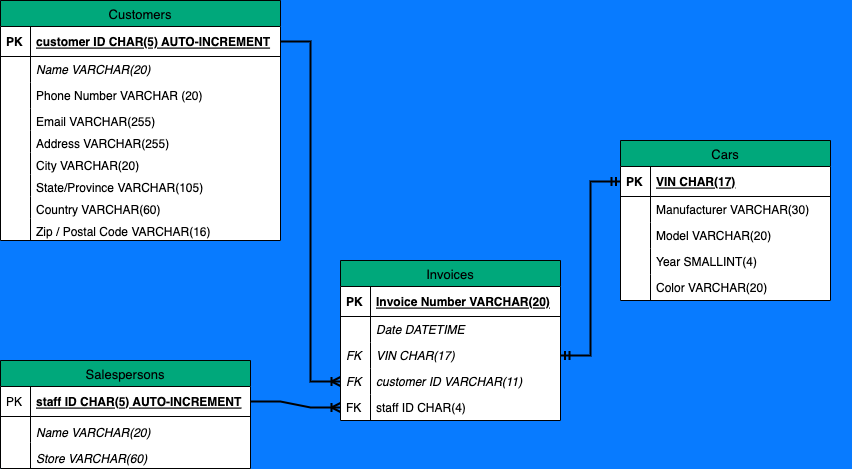
This is SQL LAB ER-DIAGRAM.png from samielzaret7/lab-sql-mysql-db-creation, a draw.io export, as it was before one commit. Source tidied: cells renumbered, new cells last; positions are measured from the earlier drawing's top-left corner, leaving out a move shared by most shapes. The source it was exported from:
```xml
<mxGraphModel background="#087BFF">
  <root>
    <mxCell id="0" />
    <mxCell id="1" parent="0" />
    <mxCell id="2" value="Customers" style="swimlane;fontStyle=0;horizontal=1;startSize=26;fillColor=#00A87B;swimlaneFillColor=#ffffff;align=center;strokeWidth=1;fontSize=13;strokeColor=#000000;" parent="1" vertex="1">
      <mxGeometry width="280" height="240" as="geometry" />
    </mxCell>
    <mxCell id="3" value="customer ID CHAR(5) AUTO-INCREMENT" style="shape=partialRectangle;top=0;left=0;right=0;bottom=1;align=left;verticalAlign=middle;fillColor=none;spacingLeft=34;spacingRight=4;overflow=hidden;points=[[0,0.5],[1,0.5]];portConstraint=eastwest;fontStyle=5;" parent="2" vertex="1">
      <mxGeometry y="26" width="280" height="30" as="geometry" />
    </mxCell>
    <mxCell id="4" value="PK" style="shape=partialRectangle;top=0;left=0;bottom=0;fillColor=none;align=left;verticalAlign=middle;spacingLeft=4;spacingRight=4;overflow=hidden;fontStyle=1;" parent="3" vertex="1">
      <mxGeometry width="30" height="30" as="geometry" />
    </mxCell>
    <mxCell id="5" value="Name VARCHAR(20)" style="shape=partialRectangle;top=0;left=0;right=0;bottom=0;align=left;verticalAlign=top;fillColor=none;spacingLeft=34;spacingRight=4;overflow=hidden;fontStyle=2;" parent="2" vertex="1">
      <mxGeometry y="56" width="280" height="26" as="geometry" />
    </mxCell>
    <mxCell id="6" style="shape=partialRectangle;top=0;left=0;bottom=0;fillColor=none;align=left;verticalAlign=top;spacingLeft=4;spacingRight=4;overflow=hidden;fontStyle=2;" parent="5" vertex="1">
      <mxGeometry width="30" height="26" as="geometry" />
    </mxCell>
    <mxCell id="7" value="Phone Number VARCHAR (20)" style="shape=partialRectangle;top=0;left=0;right=0;bottom=0;align=left;verticalAlign=top;fillColor=none;spacingLeft=34;spacingRight=4;overflow=hidden;" parent="2" vertex="1">
      <mxGeometry y="82" width="280" height="26" as="geometry" />
    </mxCell>
    <mxCell id="8" style="shape=partialRectangle;top=0;left=0;bottom=0;fillColor=none;align=left;verticalAlign=top;spacingLeft=4;spacingRight=4;overflow=hidden;" parent="7" vertex="1">
      <mxGeometry width="30" height="26" as="geometry" />
    </mxCell>
    <mxCell id="9" value="Email VARCHAR(255)" style="shape=partialRectangle;top=0;left=0;right=0;bottom=0;align=left;verticalAlign=top;fillColor=none;spacingLeft=34;spacingRight=4;overflow=hidden;" parent="2" vertex="1">
      <mxGeometry y="108" width="280" height="22" as="geometry" />
    </mxCell>
    <mxCell id="10" style="shape=partialRectangle;top=0;left=0;bottom=0;fillColor=none;align=left;verticalAlign=top;spacingLeft=4;spacingRight=4;overflow=hidden;" parent="9" vertex="1">
      <mxGeometry width="30" height="22" as="geometry" />
    </mxCell>
    <mxCell id="11" value="Address VARCHAR(255)" style="shape=partialRectangle;top=0;left=0;right=0;bottom=0;align=left;verticalAlign=top;fillColor=none;spacingLeft=34;spacingRight=4;overflow=hidden;" parent="2" vertex="1">
      <mxGeometry y="130" width="280" height="22" as="geometry" />
    </mxCell>
    <mxCell id="12" style="shape=partialRectangle;top=0;left=0;bottom=0;fillColor=none;align=left;verticalAlign=top;spacingLeft=4;spacingRight=4;overflow=hidden;" parent="11" vertex="1">
      <mxGeometry width="30" height="22" as="geometry" />
    </mxCell>
    <mxCell id="13" value="City VARCHAR(20)" style="shape=partialRectangle;top=0;left=0;right=0;bottom=0;align=left;verticalAlign=top;fillColor=none;spacingLeft=34;spacingRight=4;overflow=hidden;" parent="2" vertex="1">
      <mxGeometry y="152" width="280" height="22" as="geometry" />
    </mxCell>
    <mxCell id="14" style="shape=partialRectangle;top=0;left=0;bottom=0;fillColor=none;align=left;verticalAlign=top;spacingLeft=4;spacingRight=4;overflow=hidden;" parent="13" vertex="1">
      <mxGeometry width="30" height="22" as="geometry" />
    </mxCell>
    <mxCell id="15" value="State/Province VARCHAR(105)" style="shape=partialRectangle;top=0;left=0;right=0;bottom=0;align=left;verticalAlign=top;fillColor=none;spacingLeft=34;spacingRight=4;overflow=hidden;" parent="2" vertex="1">
      <mxGeometry y="174" width="280" height="22" as="geometry" />
    </mxCell>
    <mxCell id="16" style="shape=partialRectangle;top=0;left=0;bottom=0;fillColor=none;align=left;verticalAlign=top;spacingLeft=4;spacingRight=4;overflow=hidden;" parent="15" vertex="1">
      <mxGeometry width="30" height="22" as="geometry" />
    </mxCell>
    <mxCell id="17" value="Country VARCHAR(60)" style="shape=partialRectangle;top=0;left=0;right=0;bottom=0;align=left;verticalAlign=top;fillColor=none;spacingLeft=34;spacingRight=4;overflow=hidden;" parent="2" vertex="1">
      <mxGeometry y="196" width="280" height="22" as="geometry" />
    </mxCell>
    <mxCell id="18" style="shape=partialRectangle;top=0;left=0;bottom=0;fillColor=none;align=left;verticalAlign=top;spacingLeft=4;spacingRight=4;overflow=hidden;" parent="17" vertex="1">
      <mxGeometry width="30" height="22" as="geometry" />
    </mxCell>
    <mxCell id="19" value="Zip / Postal Code VARCHAR(16)" style="shape=partialRectangle;top=0;left=0;right=0;bottom=0;align=left;verticalAlign=top;fillColor=none;spacingLeft=34;spacingRight=4;overflow=hidden;" parent="2" vertex="1">
      <mxGeometry y="218" width="280" height="22" as="geometry" />
    </mxCell>
    <mxCell id="20" style="shape=partialRectangle;top=0;left=0;bottom=0;fillColor=none;align=left;verticalAlign=top;spacingLeft=4;spacingRight=4;overflow=hidden;" parent="19" vertex="1">
      <mxGeometry width="30" height="22" as="geometry" />
    </mxCell>
    <mxCell id="21" value="Cars" style="swimlane;fontStyle=0;horizontal=1;startSize=26;fillColor=#00A87B;swimlaneFillColor=#ffffff;align=center;strokeWidth=1;fontSize=13;strokeColor=#000000;" parent="1" vertex="1">
      <mxGeometry x="620" y="140" width="210" height="160" as="geometry" />
    </mxCell>
    <mxCell id="22" value="VIN CHAR(17)" style="shape=partialRectangle;top=0;left=0;right=0;bottom=1;align=left;verticalAlign=middle;fillColor=none;spacingLeft=34;spacingRight=4;overflow=hidden;points=[[0,0.5],[1,0.5]];portConstraint=eastwest;fontStyle=5;" parent="21" vertex="1">
      <mxGeometry y="26" width="210" height="30" as="geometry" />
    </mxCell>
    <mxCell id="23" value="PK" style="shape=partialRectangle;top=0;left=0;bottom=0;fillColor=none;align=left;verticalAlign=middle;spacingLeft=4;spacingRight=4;overflow=hidden;fontStyle=1;" parent="22" vertex="1">
      <mxGeometry width="30" height="30" as="geometry" />
    </mxCell>
    <mxCell id="24" value="Manufacturer VARCHAR(30)" style="shape=partialRectangle;top=0;left=0;right=0;bottom=0;align=left;verticalAlign=top;fillColor=none;spacingLeft=34;spacingRight=4;overflow=hidden;" parent="21" vertex="1">
      <mxGeometry y="56" width="210" height="26" as="geometry" />
    </mxCell>
    <mxCell id="25" style="shape=partialRectangle;top=0;left=0;bottom=0;fillColor=none;align=left;verticalAlign=top;spacingLeft=4;spacingRight=4;overflow=hidden;" parent="24" vertex="1">
      <mxGeometry width="30" height="26" as="geometry" />
    </mxCell>
    <mxCell id="26" value="Model VARCHAR(20)" style="shape=partialRectangle;top=0;left=0;right=0;bottom=0;align=left;verticalAlign=top;fillColor=none;spacingLeft=34;spacingRight=4;overflow=hidden;" parent="21" vertex="1">
      <mxGeometry y="82" width="210" height="26" as="geometry" />
    </mxCell>
    <mxCell id="27" style="shape=partialRectangle;top=0;left=0;bottom=0;fillColor=none;align=left;verticalAlign=top;spacingLeft=4;spacingRight=4;overflow=hidden;" parent="26" vertex="1">
      <mxGeometry width="30" height="26" as="geometry" />
    </mxCell>
    <mxCell id="28" value="Year SMALLINT(4)" style="shape=partialRectangle;top=0;left=0;right=0;bottom=0;align=left;verticalAlign=top;fillColor=none;spacingLeft=34;spacingRight=4;overflow=hidden;" parent="21" vertex="1">
      <mxGeometry y="108" width="210" height="26" as="geometry" />
    </mxCell>
    <mxCell id="29" style="shape=partialRectangle;top=0;left=0;bottom=0;fillColor=none;align=left;verticalAlign=top;spacingLeft=4;spacingRight=4;overflow=hidden;" parent="28" vertex="1">
      <mxGeometry width="30" height="26" as="geometry" />
    </mxCell>
    <mxCell id="30" value="Color VARCHAR(20)" style="shape=partialRectangle;top=0;left=0;right=0;bottom=0;align=left;verticalAlign=top;fillColor=none;spacingLeft=34;spacingRight=4;overflow=hidden;" parent="21" vertex="1">
      <mxGeometry y="134" width="210" height="26" as="geometry" />
    </mxCell>
    <mxCell id="31" style="shape=partialRectangle;top=0;left=0;bottom=0;fillColor=none;align=left;verticalAlign=top;spacingLeft=4;spacingRight=4;overflow=hidden;" parent="30" vertex="1">
      <mxGeometry width="30" height="26" as="geometry" />
    </mxCell>
    <mxCell id="32" value="Salespersons" style="swimlane;fontStyle=0;horizontal=1;startSize=26;fillColor=#00A87B;swimlaneFillColor=#ffffff;align=center;strokeWidth=1;fontSize=13;strokeColor=#000000;" parent="1" vertex="1">
      <mxGeometry y="360" width="250" height="108" as="geometry" />
    </mxCell>
    <mxCell id="33" value="staff ID CHAR(5) AUTO-INCREMENT" style="shape=partialRectangle;top=0;left=0;right=0;bottom=1;align=left;verticalAlign=middle;fillColor=none;spacingLeft=34;spacingRight=4;overflow=hidden;points=[[0,0.5],[1,0.5]];portConstraint=eastwest;fontStyle=5;" parent="32" vertex="1">
      <mxGeometry y="26" width="250" height="30" as="geometry" />
    </mxCell>
    <mxCell id="34" value="PK" style="shape=partialRectangle;top=0;left=0;bottom=0;fillColor=none;align=left;verticalAlign=middle;spacingLeft=4;spacingRight=4;overflow=hidden;" parent="33" vertex="1">
      <mxGeometry width="30" height="30" as="geometry" />
    </mxCell>
    <mxCell id="35" value="Name VARCHAR(20)" style="shape=partialRectangle;top=0;left=0;right=0;bottom=0;align=left;verticalAlign=bottom;fillColor=none;spacingLeft=34;spacingRight=4;overflow=hidden;fontStyle=2;" parent="32" vertex="1">
      <mxGeometry y="56" width="250" height="26" as="geometry" />
    </mxCell>
    <mxCell id="36" style="shape=partialRectangle;top=0;left=0;bottom=0;fillColor=none;align=left;verticalAlign=top;spacingLeft=4;spacingRight=4;overflow=hidden;fontStyle=2;" parent="35" vertex="1">
      <mxGeometry width="30" height="26" as="geometry" />
    </mxCell>
    <mxCell id="37" value="Store VARCHAR(60)" style="shape=partialRectangle;top=0;left=0;right=0;bottom=0;align=left;verticalAlign=bottom;fillColor=none;spacingLeft=34;spacingRight=4;overflow=hidden;fontStyle=2;" parent="32" vertex="1">
      <mxGeometry y="82" width="250" height="26" as="geometry" />
    </mxCell>
    <mxCell id="38" style="shape=partialRectangle;top=0;left=0;bottom=0;fillColor=none;align=left;verticalAlign=top;spacingLeft=4;spacingRight=4;overflow=hidden;fontStyle=2;" parent="37" vertex="1">
      <mxGeometry width="30" height="26" as="geometry" />
    </mxCell>
    <mxCell id="39" value="Invoices" style="swimlane;fontStyle=0;horizontal=1;startSize=26;fillColor=#00A87B;swimlaneFillColor=#ffffff;align=center;strokeWidth=1;fontSize=13;strokeColor=#000000;" parent="1" vertex="1">
      <mxGeometry x="340" y="260" width="220" height="160" as="geometry" />
    </mxCell>
    <mxCell id="40" value="Invoice Number VARCHAR(20)" style="shape=partialRectangle;top=0;left=0;right=0;bottom=1;align=left;verticalAlign=middle;fillColor=none;spacingLeft=34;spacingRight=4;overflow=hidden;fontStyle=5;" parent="39" vertex="1">
      <mxGeometry y="26" width="220" height="30" as="geometry" />
    </mxCell>
    <mxCell id="41" value="PK" style="shape=partialRectangle;top=0;left=0;bottom=0;fillColor=none;align=left;verticalAlign=middle;spacingLeft=4;spacingRight=4;overflow=hidden;fontStyle=1;" parent="40" vertex="1">
      <mxGeometry width="30" height="30" as="geometry" />
    </mxCell>
    <mxCell id="42" value="Date DATETIME" style="shape=partialRectangle;top=0;left=0;right=0;bottom=0;align=left;verticalAlign=top;fillColor=none;spacingLeft=34;spacingRight=4;overflow=hidden;fontStyle=2;" parent="39" vertex="1">
      <mxGeometry y="56" width="220" height="26" as="geometry" />
    </mxCell>
    <mxCell id="43" style="shape=partialRectangle;top=0;left=0;bottom=0;fillColor=none;align=left;verticalAlign=top;spacingLeft=4;spacingRight=4;overflow=hidden;fontStyle=2;" parent="42" vertex="1">
      <mxGeometry width="30" height="26" as="geometry" />
    </mxCell>
    <mxCell id="44" value="VIN CHAR(17)" style="shape=partialRectangle;top=0;left=0;right=0;bottom=0;align=left;verticalAlign=top;fillColor=none;spacingLeft=34;spacingRight=4;overflow=hidden;points=[[0,0.5],[1,0.5]];portConstraint=eastwest;fontStyle=2;" parent="39" vertex="1">
      <mxGeometry y="82" width="220" height="26" as="geometry" />
    </mxCell>
    <mxCell id="45" value="FK" style="shape=partialRectangle;top=0;left=0;bottom=0;fillColor=none;align=left;verticalAlign=top;spacingLeft=4;spacingRight=4;overflow=hidden;fontStyle=2;" parent="44" vertex="1">
      <mxGeometry width="30" height="26" as="geometry" />
    </mxCell>
    <mxCell id="46" value="customer ID VARCHAR(11)" style="shape=partialRectangle;top=0;left=0;right=0;bottom=0;align=left;verticalAlign=top;fillColor=none;spacingLeft=34;spacingRight=4;overflow=hidden;points=[[0,0.5],[1,0.5]];portConstraint=eastwest;fontStyle=2;" parent="39" vertex="1">
      <mxGeometry y="108" width="220" height="26" as="geometry" />
    </mxCell>
    <mxCell id="47" value="FK" style="shape=partialRectangle;top=0;left=0;bottom=0;fillColor=none;align=left;verticalAlign=top;spacingLeft=4;spacingRight=4;overflow=hidden;fontStyle=2;" parent="46" vertex="1">
      <mxGeometry width="30" height="26" as="geometry" />
    </mxCell>
    <mxCell id="48" value="staff ID CHAR(4)" style="shape=partialRectangle;top=0;left=0;right=0;bottom=0;align=left;verticalAlign=top;fillColor=none;spacingLeft=34;spacingRight=4;overflow=hidden;points=[[0,0.5],[1,0.5]];portConstraint=eastwest;fontStyle=0;" parent="39" vertex="1">
      <mxGeometry y="134" width="220" height="26" as="geometry" />
    </mxCell>
    <mxCell id="49" value="FK" style="shape=partialRectangle;top=0;left=0;bottom=0;fillColor=none;align=left;verticalAlign=top;spacingLeft=4;spacingRight=4;overflow=hidden;" parent="48" vertex="1">
      <mxGeometry width="30" height="26" as="geometry" />
    </mxCell>
    <mxCell id="50" style="edgeStyle=orthogonalEdgeStyle;rounded=0;html=1;exitX=0.5;exitY=0;entryX=1;entryY=0.5;startArrow=none;startFill=0;endArrow=none;endFill=0;jettySize=auto;strokeColor=none;fontSize=13;dashed=1;" parent="1" edge="1" target="22">
      <mxGeometry relative="1" as="geometry">
        <mxPoint x="493" y="94" as="sourcePoint" />
      </mxGeometry>
    </mxCell>
    <mxCell id="51" style="edgeStyle=entityRelationEdgeStyle;fontSize=12;html=1;endArrow=ERmandOne;startArrow=ERmandOne;rounded=0;exitX=1;exitY=0.5;exitDx=0;exitDy=0;entryX=0;entryY=0.5;entryDx=0;entryDy=0;strokeWidth=2;" parent="1" edge="1" source="44" target="22">
      <mxGeometry relative="1" as="geometry" />
    </mxCell>
    <mxCell id="52" style="edgeStyle=entityRelationEdgeStyle;fontSize=12;html=1;endArrow=ERoneToMany;rounded=0;entryX=0;entryY=0.5;entryDx=0;entryDy=0;exitX=1;exitY=0.5;exitDx=0;exitDy=0;strokeWidth=2;" parent="1" edge="1" source="3" target="46">
      <mxGeometry relative="1" as="geometry" />
    </mxCell>
    <mxCell id="53" style="edgeStyle=entityRelationEdgeStyle;fontSize=12;html=1;endArrow=ERoneToMany;rounded=0;entryX=0;entryY=0.5;entryDx=0;entryDy=0;strokeWidth=2;exitX=1;exitY=0.5;exitDx=0;exitDy=0;" parent="1" edge="1" source="33" target="48">
      <mxGeometry relative="1" as="geometry" />
    </mxCell>
  </root>
</mxGraphModel>
```
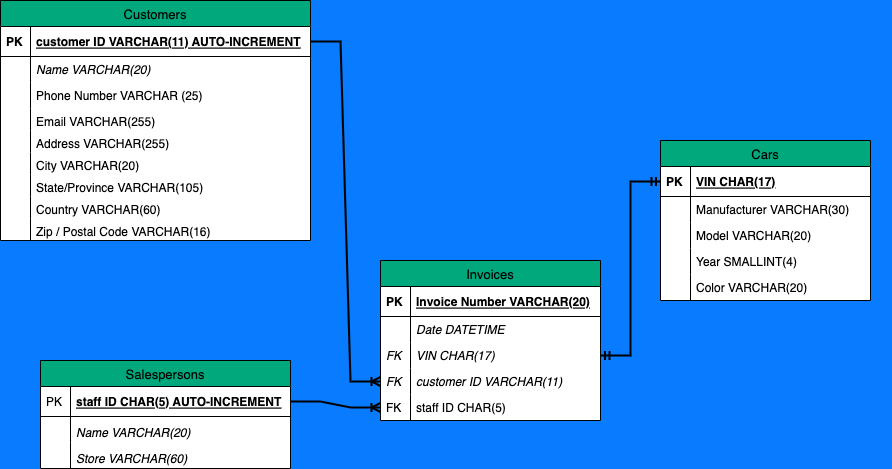
The same diagram one commit later.

What changed in the source:
```diff
@@ -3,58 +3,58 @@
     <mxCell id="0" />
     <mxCell id="1" parent="0" />
     <mxCell id="2" value="Customers" style="swimlane;fontStyle=0;horizontal=1;startSize=26;fillColor=#00A87B;swimlaneFillColor=#ffffff;align=center;strokeWidth=1;fontSize=13;strokeColor=#000000;" parent="1" vertex="1">
-      <mxGeometry width="280" height="240" as="geometry" />
+      <mxGeometry x="-40" width="310" height="240" as="geometry" />
     </mxCell>
-    <mxCell id="3" value="customer ID CHAR(5) AUTO-INCREMENT" style="shape=partialRectangle;top=0;left=0;right=0;bottom=1;align=left;verticalAlign=middle;fillColor=none;spacingLeft=34;spacingRight=4;overflow=hidden;points=[[0,0.5],[1,0.5]];portConstraint=eastwest;fontStyle=5;" parent="2" vertex="1">
-      <mxGeometry y="26" width="280" height="30" as="geometry" />
+    <mxCell id="3" value="customer ID VARCHAR(11) AUTO-INCREMENT" style="shape=partialRectangle;top=0;left=0;right=0;bottom=1;align=left;verticalAlign=middle;fillColor=none;spacingLeft=34;spacingRight=4;overflow=hidden;points=[[0,0.5],[1,0.5]];portConstraint=eastwest;fontStyle=5;" parent="2" vertex="1">
+      <mxGeometry y="26" width="310" height="30" as="geometry" />
     </mxCell>
     <mxCell id="4" value="PK" style="shape=partialRectangle;top=0;left=0;bottom=0;fillColor=none;align=left;verticalAlign=middle;spacingLeft=4;spacingRight=4;overflow=hidden;fontStyle=1;" parent="3" vertex="1">
       <mxGeometry width="30" height="30" as="geometry" />
     </mxCell>
     <mxCell id="5" value="Name VARCHAR(20)" style="shape=partialRectangle;top=0;left=0;right=0;bottom=0;align=left;verticalAlign=top;fillColor=none;spacingLeft=34;spacingRight=4;overflow=hidden;fontStyle=2;" parent="2" vertex="1">
-      <mxGeometry y="56" width="280" height="26" as="geometry" />
+      <mxGeometry y="56" width="310" height="26" as="geometry" />
     </mxCell>
     <mxCell id="6" style="shape=partialRectangle;top=0;left=0;bottom=0;fillColor=none;align=left;verticalAlign=top;spacingLeft=4;spacingRight=4;overflow=hidden;fontStyle=2;" parent="5" vertex="1">
       <mxGeometry width="30" height="26" as="geometry" />
     </mxCell>
-    <mxCell id="7" value="Phone Number VARCHAR (20)" style="shape=partialRectangle;top=0;left=0;right=0;bottom=0;align=left;verticalAlign=top;fillColor=none;spacingLeft=34;spacingRight=4;overflow=hidden;" parent="2" vertex="1">
-      <mxGeometry y="82" width="280" height="26" as="geometry" />
+    <mxCell id="7" value="Phone Number VARCHAR (25)" style="shape=partialRectangle;top=0;left=0;right=0;bottom=0;align=left;verticalAlign=top;fillColor=none;spacingLeft=34;spacingRight=4;overflow=hidden;" parent="2" vertex="1">
+      <mxGeometry y="82" width="310" height="26" as="geometry" />
     </mxCell>
     <mxCell id="8" style="shape=partialRectangle;top=0;left=0;bottom=0;fillColor=none;align=left;verticalAlign=top;spacingLeft=4;spacingRight=4;overflow=hidden;" parent="7" vertex="1">
       <mxGeometry width="30" height="26" as="geometry" />
     </mxCell>
     <mxCell id="9" value="Email VARCHAR(255)" style="shape=partialRectangle;top=0;left=0;right=0;bottom=0;align=left;verticalAlign=top;fillColor=none;spacingLeft=34;spacingRight=4;overflow=hidden;" parent="2" vertex="1">
-      <mxGeometry y="108" width="280" height="22" as="geometry" />
+      <mxGeometry y="108" width="310" height="22" as="geometry" />
     </mxCell>
     <mxCell id="10" style="shape=partialRectangle;top=0;left=0;bottom=0;fillColor=none;align=left;verticalAlign=top;spacingLeft=4;spacingRight=4;overflow=hidden;" parent="9" vertex="1">
       <mxGeometry width="30" height="22" as="geometry" />
     </mxCell>
     <mxCell id="11" value="Address VARCHAR(255)" style="shape=partialRectangle;top=0;left=0;right=0;bottom=0;align=left;verticalAlign=top;fillColor=none;spacingLeft=34;spacingRight=4;overflow=hidden;" parent="2" vertex="1">
-      <mxGeometry y="130" width="280" height="22" as="geometry" />
+      <mxGeometry y="130" width="310" height="22" as="geometry" />
     </mxCell>
     <mxCell id="12" style="shape=partialRectangle;top=0;left=0;bottom=0;fillColor=none;align=left;verticalAlign=top;spacingLeft=4;spacingRight=4;overflow=hidden;" parent="11" vertex="1">
       <mxGeometry width="30" height="22" as="geometry" />
     </mxCell>
     <mxCell id="13" value="City VARCHAR(20)" style="shape=partialRectangle;top=0;left=0;right=0;bottom=0;align=left;verticalAlign=top;fillColor=none;spacingLeft=34;spacingRight=4;overflow=hidden;" parent="2" vertex="1">
-      <mxGeometry y="152" width="280" height="22" as="geometry" />
+      <mxGeometry y="152" width="310" height="22" as="geometry" />
     </mxCell>
     <mxCell id="14" style="shape=partialRectangle;top=0;left=0;bottom=0;fillColor=none;align=left;verticalAlign=top;spacingLeft=4;spacingRight=4;overflow=hidden;" parent="13" vertex="1">
       <mxGeometry width="30" height="22" as="geometry" />
     </mxCell>
     <mxCell id="15" value="State/Province VARCHAR(105)" style="shape=partialRectangle;top=0;left=0;right=0;bottom=0;align=left;verticalAlign=top;fillColor=none;spacingLeft=34;spacingRight=4;overflow=hidden;" parent="2" vertex="1">
-      <mxGeometry y="174" width="280" height="22" as="geometry" />
+      <mxGeometry y="174" width="310" height="22" as="geometry" />
     </mxCell>
     <mxCell id="16" style="shape=partialRectangle;top=0;left=0;bottom=0;fillColor=none;align=left;verticalAlign=top;spacingLeft=4;spacingRight=4;overflow=hidden;" parent="15" vertex="1">
       <mxGeometry width="30" height="22" as="geometry" />
     </mxCell>
     <mxCell id="17" value="Country VARCHAR(60)" style="shape=partialRectangle;top=0;left=0;right=0;bottom=0;align=left;verticalAlign=top;fillColor=none;spacingLeft=34;spacingRight=4;overflow=hidden;" parent="2" vertex="1">
-      <mxGeometry y="196" width="280" height="22" as="geometry" />
+      <mxGeometry y="196" width="310" height="22" as="geometry" />
     </mxCell>
     <mxCell id="18" style="shape=partialRectangle;top=0;left=0;bottom=0;fillColor=none;align=left;verticalAlign=top;spacingLeft=4;spacingRight=4;overflow=hidden;" parent="17" vertex="1">
       <mxGeometry width="30" height="22" as="geometry" />
     </mxCell>
     <mxCell id="19" value="Zip / Postal Code VARCHAR(16)" style="shape=partialRectangle;top=0;left=0;right=0;bottom=0;align=left;verticalAlign=top;fillColor=none;spacingLeft=34;spacingRight=4;overflow=hidden;" parent="2" vertex="1">
-      <mxGeometry y="218" width="280" height="22" as="geometry" />
+      <mxGeometry y="218" width="310" height="22" as="geometry" />
     </mxCell>
     <mxCell id="20" style="shape=partialRectangle;top=0;left=0;bottom=0;fillColor=none;align=left;verticalAlign=top;spacingLeft=4;spacingRight=4;overflow=hidden;" parent="19" vertex="1">
       <mxGeometry width="30" height="22" as="geometry" />
@@ -140,7 +140,7 @@
     <mxCell id="47" value="FK" style="shape=partialRectangle;top=0;left=0;bottom=0;fillColor=none;align=left;verticalAlign=top;spacingLeft=4;spacingRight=4;overflow=hidden;fontStyle=2;" parent="46" vertex="1">
       <mxGeometry width="30" height="26" as="geometry" />
     </mxCell>
-    <mxCell id="48" value="staff ID CHAR(4)" style="shape=partialRectangle;top=0;left=0;right=0;bottom=0;align=left;verticalAlign=top;fillColor=none;spacingLeft=34;spacingRight=4;overflow=hidden;points=[[0,0.5],[1,0.5]];portConstraint=eastwest;fontStyle=0;" parent="39" vertex="1">
+    <mxCell id="48" value="staff ID CHAR(5)" style="shape=partialRectangle;top=0;left=0;right=0;bottom=0;align=left;verticalAlign=top;fillColor=none;spacingLeft=34;spacingRight=4;overflow=hidden;points=[[0,0.5],[1,0.5]];portConstraint=eastwest;fontStyle=0;" parent="39" vertex="1">
       <mxGeometry y="134" width="220" height="26" as="geometry" />
     </mxCell>
     <mxCell id="49" value="FK" style="shape=partialRectangle;top=0;left=0;bottom=0;fillColor=none;align=left;verticalAlign=top;spacingLeft=4;spacingRight=4;overflow=hidden;" parent="48" vertex="1">
```
